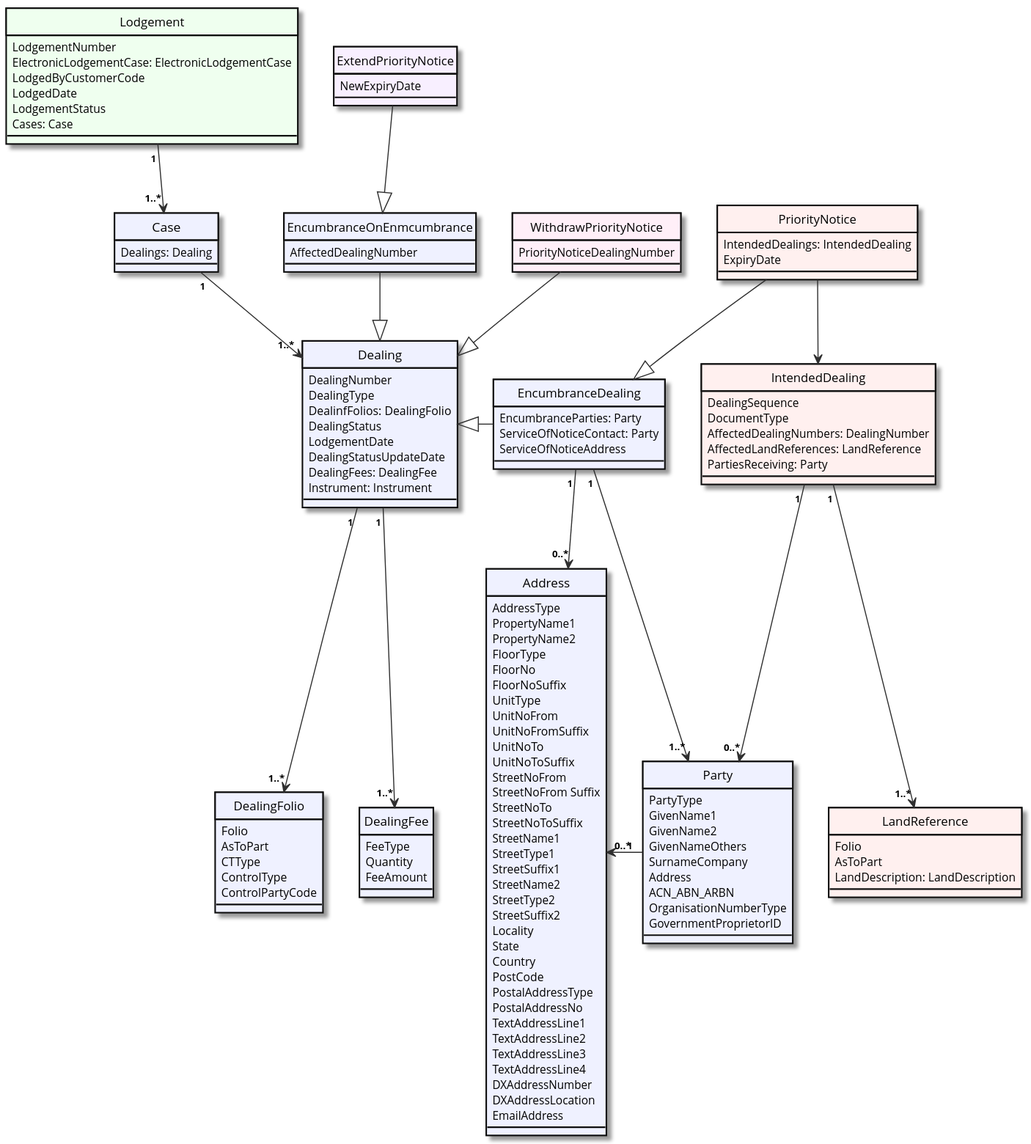
Before: images/lodgement.svg, a diagram exported from PlantUML (mrpeel/priority-notices-plantuml). Its source is kept beside it as puml/lodgement.puml.
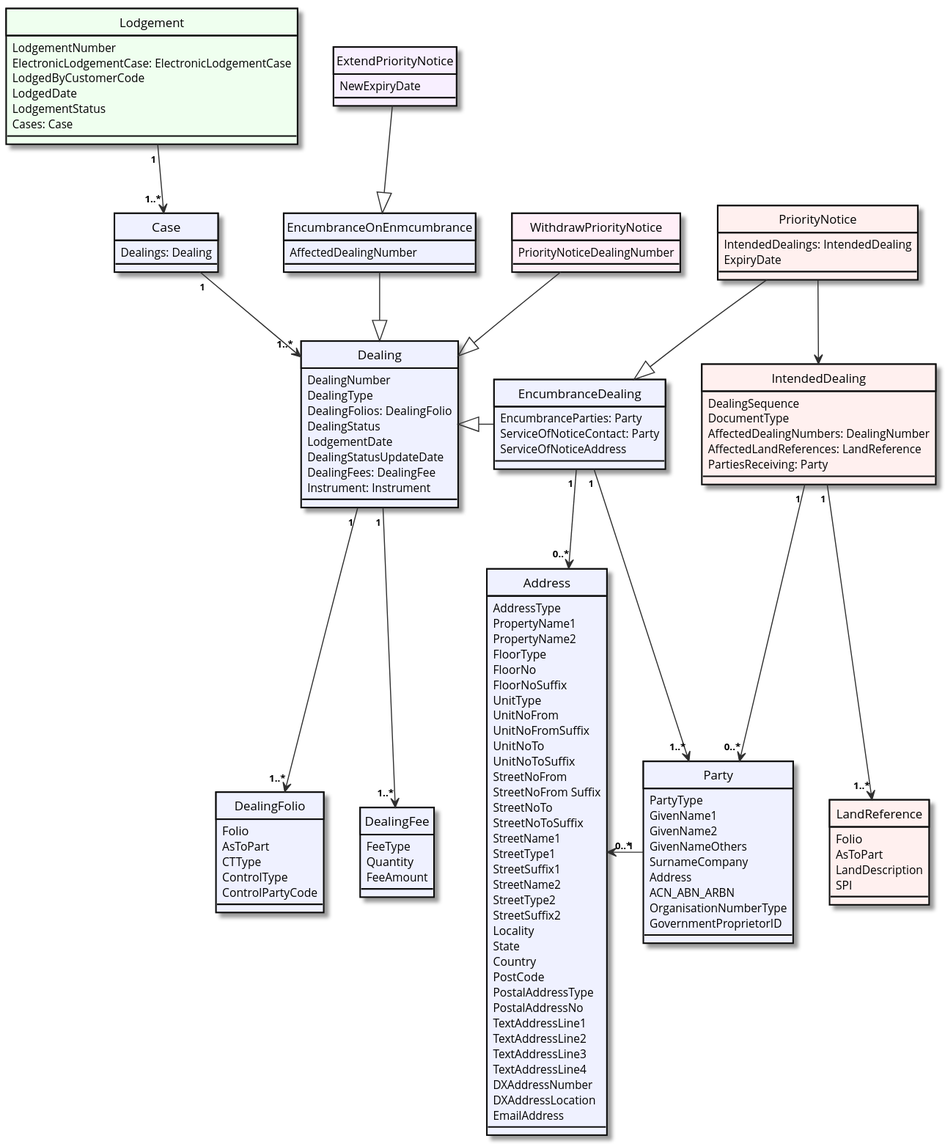
After the commit.

The edit, as a diff of the source:
```diff
@@ -24,7 +24,7 @@
 class Dealing #EFF1FF {
   DealingNumber
   DealingType
-  DealinfFolios: DealingFolio
+  DealingFolios: DealingFolio
   DealingStatus
   LodgementDate
   DealingStatusUpdateDate
@@ -129,8 +129,10 @@
 class LandReference #FFF0EF {
   Folio
   AsToPart
-  LandDescription: LandDescription
+  LandDescription
+  SPI
 }
+
 
 Lodgement "1 " --> "1..*" Case
 Case "1 " --> "1..*" Dealing
@@ -148,5 +150,4 @@
 IntendedDealing "1 " --> "0..*" Party
 IntendedDealing "1 " --> "1..*" LandReference
 
-
 @enduml
```
